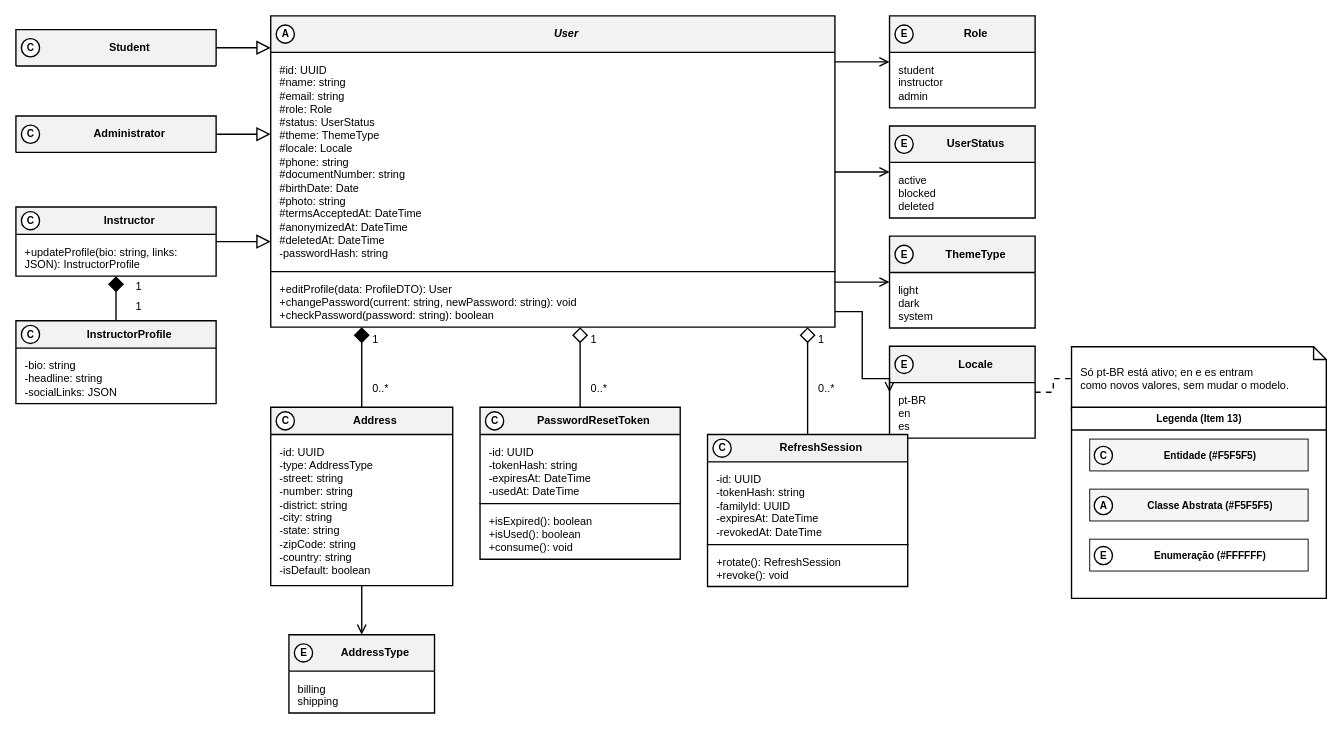
Earlier version of the draw.io diagram especificacao/diagramas/13-classes-area-a-negocial.drawio (Plataforma-de-Cursos-TCC/plataforma-cursos-docs). Source tidied: cells renumbered, new cells numbered last; positions are measured from the earlier drawing's top-left corner, leaving out a move shared by most shapes. Both pictures are drawn from the tidied source at 91%, with x=0, y=0 at pixel (15, 15).
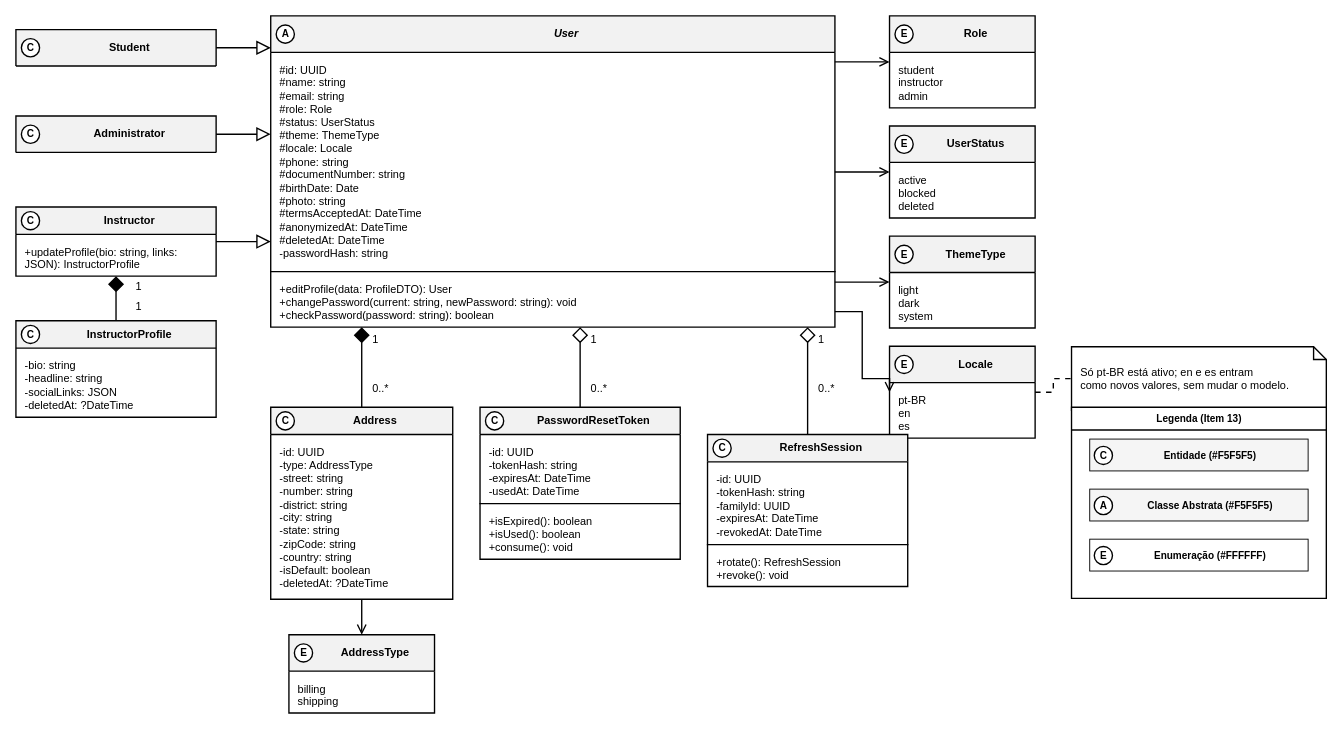
The same page after the edit.

Commit message (it also covers changes not shown here):
fix(especificacao): fix entity attributes, repository methods, and sql in area A

What changed in the source:
```diff
@@
     <mxCell id="6" value="&lt;b&gt;InstructorProfile&lt;/b&gt;" style="swimlane;fontStyle=0;align=center;verticalAlign=middle;horizontal=1;startSize=30;html=1;whiteSpace=wrap;fontFamily=Helvetica;fontSize=12;fillColor=#F2F2F2;swimlaneFillColor=#FFFFFF;strokeColor=#000000;strokeWidth=1.5;fontColor=#000000;spacingLeft=30;" parent="1" vertex="1">
-      <mxGeometry y="335" width="220" height="91" as="geometry" />
+      <mxGeometry y="335" width="220" height="106" as="geometry" />
     </mxCell>
-    <mxCell id="7" value="-bio: string&lt;br&gt;-headline: string&lt;br&gt;-socialLinks: JSON" style="text;strokeColor=none;fillColor=none;align=left;verticalAlign=top;spacingLeft=8;spacingRight=8;spacingTop=6;overflow=hidden;whiteSpace=wrap;html=1;fontFamily=Helvetica;fontSize=12;fontColor=#000000;" parent="6" vertex="1">
-      <mxGeometry y="30" width="220" height="61" as="geometry" />
+    <mxCell id="7" value="-bio: string&lt;br&gt;-headline: string&lt;br&gt;-socialLinks: JSON&lt;br&gt;-deletedAt: ?DateTime" style="text;strokeColor=none;fillColor=none;align=left;verticalAlign=top;spacingLeft=8;spacingRight=8;spacingTop=6;overflow=hidden;whiteSpace=wrap;html=1;fontFamily=Helvetica;fontSize=12;fontColor=#000000;" parent="6" vertex="1">
+      <mxGeometry y="30" width="220" height="76" as="geometry" />
     </mxCell>
@@
     <mxCell id="20" value="&lt;b&gt;Address&lt;/b&gt;" style="swimlane;fontStyle=0;align=center;verticalAlign=middle;horizontal=1;startSize=30;html=1;whiteSpace=wrap;fontFamily=Helvetica;fontSize=12;fillColor=#F2F2F2;swimlaneFillColor=#FFFFFF;strokeColor=#000000;strokeWidth=1.5;fontColor=#000000;spacingLeft=30;" parent="1" vertex="1">
-      <mxGeometry x="280" y="430" width="200" height="196" as="geometry" />
+      <mxGeometry x="280" y="430" width="200" height="211" as="geometry" />
     </mxCell>
-    <mxCell id="21" value="-id: UUID&lt;br&gt;-type: AddressType&lt;br&gt;-street: string&lt;br&gt;-number: string&lt;br&gt;-district: string&lt;br&gt;-city: string&lt;br&gt;-state: string&lt;br&gt;-zipCode: string&lt;br&gt;-country: string&lt;br&gt;-isDefault: boolean" style="text;strokeColor=none;fillColor=none;align=left;verticalAlign=top;spacingLeft=8;spacingRight=8;spacingTop=6;overflow=hidden;whiteSpace=wrap;html=1;fontFamily=Helvetica;fontSize=12;fontColor=#000000;" parent="20" vertex="1">
-      <mxGeometry y="30" width="200" height="166" as="geometry" />
+    <mxCell id="21" value="-id: UUID&lt;br&gt;-type: AddressType&lt;br&gt;-street: string&lt;br&gt;-number: string&lt;br&gt;-district: string&lt;br&gt;-city: string&lt;br&gt;-state: string&lt;br&gt;-zipCode: string&lt;br&gt;-country: string&lt;br&gt;-isDefault: boolean&lt;br&gt;-deletedAt: ?DateTime" style="text;strokeColor=none;fillColor=none;align=left;verticalAlign=top;spacingLeft=8;spacingRight=8;spacingTop=6;overflow=hidden;whiteSpace=wrap;html=1;fontFamily=Helvetica;fontSize=12;fontColor=#000000;" parent="20" vertex="1">
+      <mxGeometry y="30" width="200" height="181" as="geometry" />
     </mxCell>
```
